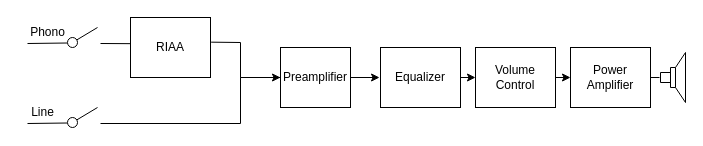
Niclasapdk/ESD4_project keeps this draw.io diagram as figures/technical_analysis/generic_hifi_amplifier.drawio. Above is the earlier version. Source tidied: cells renumbered, new cells numbered last; positions are measured from the earlier drawing's top-left corner, leaving out a move shared by most shapes. Both pictures are drawn from the tidied source at 100%, with x=0, y=0 at pixel (17, 17).
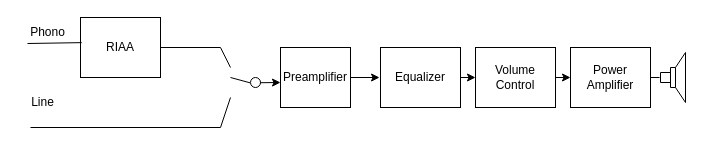
The same diagram, later.

Commit message (it also covers changes not shown here):
update generic system overview figure

The change refers to these unchanged cells:
```xml
<mxCell id="3" value="Preamplifier" style="rounded=0;whiteSpace=wrap;html=1;" parent="1" vertex="1">
  <mxGeometry x="263" y="30" width="70" height="60" as="geometry" />
</mxCell>
```

What changed in the source:
```diff
@@
     <mxCell id="2" value="RIAA" style="rounded=0;whiteSpace=wrap;html=1;" parent="1" vertex="1">
-      <mxGeometry x="113" width="80" height="60" as="geometry" />
+      <mxGeometry x="63" width="80" height="60" as="geometry" />
     </mxCell>
@@
-    <mxCell id="4" style="endArrow=none;html=1;rounded=0;" parent="1" edge="1">
+    <mxCell id="4" style="endArrow=none;html=1;rounded=0;entryX=0.016;entryY=0.419;entryDx=0;entryDy=0;entryPerimeter=0;" parent="1" edge="1" target="2">
       <mxGeometry relative="1" as="geometry">
         <mxPoint x="10" y="26" as="sourcePoint" />
-        <mxPoint x="50" y="25.5" as="targetPoint" />
       </mxGeometry>
     </mxCell>
@@
-    <mxCell id="14" style="ellipse;whiteSpace=wrap;html=1;" parent="1" vertex="1">
-      <mxGeometry x="50" y="20" width="10" height="10" as="geometry" />
-    </mxCell>
-    <mxCell id="15" style="endArrow=none;html=1;rounded=0;" parent="1" edge="1" source="14">
-      <mxGeometry relative="1" as="geometry">
-        <mxPoint x="80" y="10" as="targetPoint" />
-      </mxGeometry>
-    </mxCell>
-    <mxCell id="16" style="endArrow=none;html=1;rounded=0;" parent="1" edge="1">
-      <mxGeometry relative="1" as="geometry">
-        <mxPoint x="10" y="106" as="sourcePoint" />
-        <mxPoint x="50" y="105.5" as="targetPoint" />
-      </mxGeometry>
-    </mxCell>
     <mxCell id="17" style="ellipse;whiteSpace=wrap;html=1;" parent="1" vertex="1">
-      <mxGeometry x="50" y="100" width="10" height="10" as="geometry" />
+      <mxGeometry x="233" y="60" width="10" height="10" as="geometry" />
     </mxCell>
-    <mxCell id="18" style="endArrow=none;html=1;rounded=0;" parent="1" edge="1" source="17">
-      <mxGeometry relative="1" as="geometry">
-        <mxPoint x="80" y="90" as="targetPoint" />
-      </mxGeometry>
-    </mxCell>
-    <mxCell id="19" style="endArrow=none;html=1;rounded=0;" parent="1" edge="1" target="3">
+    <mxCell id="19" style="endArrow=none;html=1;rounded=0;" parent="1" edge="1">
       <mxGeometry relative="1" as="geometry">
-        <mxPoint x="83" y="106" as="sourcePoint" />
+        <mxPoint x="13" y="110" as="sourcePoint" />
+        <mxPoint x="213" y="80" as="targetPoint" />
         <Array as="points">
-          <mxPoint x="223" y="106" />
-          <mxPoint x="223" y="60" />
+          <mxPoint x="203" y="110" />
         </Array>
       </mxGeometry>
     </mxCell>
     <mxCell id="20" value="Line" style="text;html=1;align=center;verticalAlign=middle;strokeColor=none;fillColor=none;" parent="1" vertex="1">
-      <mxGeometry y="80" width="50" height="30" as="geometry" />
+      <mxGeometry y="70" width="50" height="30" as="geometry" />
     </mxCell>
@@
-    <mxCell id="22" style="endArrow=none;html=1;rounded=0;entryX=-0.004;entryY=0.436;entryDx=0;entryDy=0;entryPerimeter=0;" parent="1" edge="1" target="2">
-      <mxGeometry relative="1" as="geometry">
-        <mxPoint x="83" y="26" as="sourcePoint" />
-      </mxGeometry>
-    </mxCell>
-    <mxCell id="23" style="endArrow=classic;html=1;rounded=0;exitX=1.008;exitY=0.411;exitDx=0;exitDy=0;exitPerimeter=0;" parent="1" edge="1" source="2" target="3">
-      <mxGeometry relative="1" as="geometry">
-        <Array as="points">
-          <mxPoint x="223" y="25" />
-          <mxPoint x="223" y="60" />
-        </Array>
-      </mxGeometry>
-    </mxCell>
+    <mxCell id="24" style="endArrow=classic;html=1;rounded=0;exitX=0.954;exitY=0.521;exitDx=0;exitDy=0;exitPerimeter=0;" parent="1" edge="1" source="17">
+      <mxGeometry relative="1" as="geometry">
+        <mxPoint x="263" y="65" as="targetPoint" />
+      </mxGeometry>
+    </mxCell>
+    <mxCell id="25" style="endArrow=none;html=1;rounded=0;" parent="1" edge="1">
+      <mxGeometry relative="1" as="geometry">
+        <mxPoint x="143" y="30" as="sourcePoint" />
+        <mxPoint x="213" y="50" as="targetPoint" />
+        <Array as="points">
+          <mxPoint x="203" y="30" />
+        </Array>
+      </mxGeometry>
+    </mxCell>
+    <mxCell id="26" style="endArrow=none;html=1;rounded=0;entryX=-0.05;entryY=0.53;entryDx=0;entryDy=0;entryPerimeter=0;" parent="1" edge="1" target="17">
+      <mxGeometry relative="1" as="geometry">
+        <mxPoint x="213" y="60" as="sourcePoint" />
+      </mxGeometry>
+    </mxCell>
```
